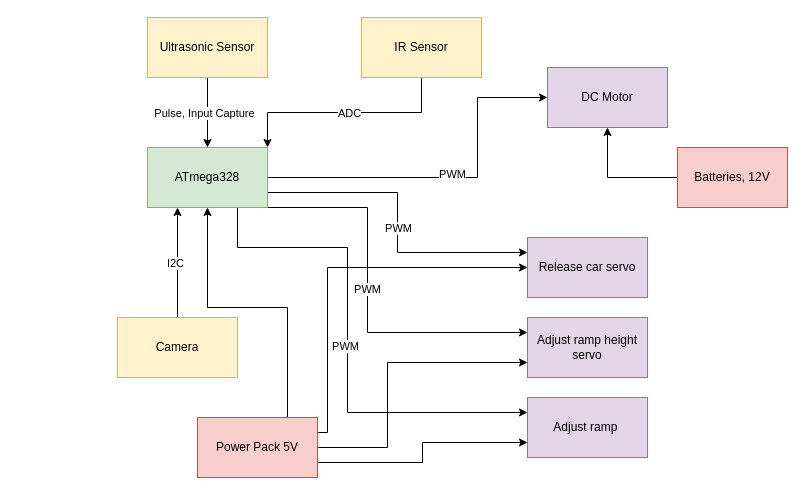
Earlier version of the draw.io diagram Untitled Diagram.drawio (upenn-embedded/final-project-s25-0x0001f631). Source tidied: cells renumbered, new cells numbered last; positions are measured from the earlier drawing's top-left corner, leaving out a move shared by most shapes. Both pictures are drawn from the tidied source at 100%, with x=0, y=0 at pixel (117, 17).
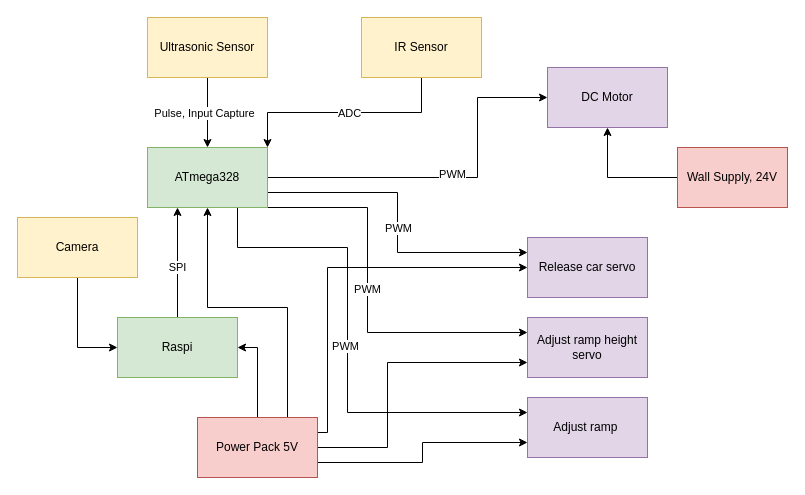
The same diagram, later.

The change refers to these unchanged cells:
```xml
<mxCell id="13" style="edgeStyle=orthogonalEdgeStyle;rounded=0;jettySize=auto;html=1;exitX=0.5;exitY=0;exitDx=0;exitDy=0;entryX=0.25;entryY=1;entryDx=0;entryDy=0;" parent="1" edge="1" source="15" target="10">
  <mxGeometry relative="1" as="geometry" />
</mxCell>
<mxCell id="26" value="Power Pack 5V" style="rounded=0;whiteSpace=wrap;html=1;fillColor=#f8cecc;strokeColor=#b85450;" parent="1" vertex="1">
  <mxGeometry x="80" y="400" width="120" height="60" as="geometry" />
</mxCell>
```

Change to the diagram source:
```diff
@@
-    <mxCell id="12" value="Batteries, 12V" style="rounded=0;whiteSpace=wrap;html=1;fillColor=#f8cecc;strokeColor=#b85450;" parent="1" vertex="1">
+    <mxCell id="12" value="Wall Supply, 24V" style="rounded=0;whiteSpace=wrap;html=1;fillColor=#f8cecc;strokeColor=#b85450;" parent="1" vertex="1">
       <mxGeometry x="560" y="130" width="110" height="60" as="geometry" />
     </mxCell>
@@
-    <mxCell id="14" value="I2C" style="edgeLabel;html=1;align=center;verticalAlign=middle;" parent="13" vertex="1">
-      <mxGeometry y="3" relative="1" as="geometry" />
-    </mxCell>
+    <mxCell id="31" value="SPI" style="edgeLabel;html=1;align=center;verticalAlign=middle;" parent="13" vertex="1">
+      <mxGeometry x="-0.07" y="1" relative="1" as="geometry" />
+    </mxCell>
-    <mxCell id="15" value="Camera" style="rounded=0;whiteSpace=wrap;html=1;fillColor=#fff2cc;strokeColor=#d6b656;" parent="1" vertex="1">
+    <mxCell id="15" value="Raspi" style="rounded=0;whiteSpace=wrap;html=1;fillColor=#d5e8d4;strokeColor=#82b366;" parent="1" vertex="1">
       <mxGeometry y="300" width="120" height="60" as="geometry" />
     </mxCell>
@@
+    <mxCell id="32" style="edgeStyle=orthogonalEdgeStyle;rounded=0;jettySize=auto;html=1;exitX=0.5;exitY=0;exitDx=0;exitDy=0;entryX=1;entryY=0.5;entryDx=0;entryDy=0;" parent="1" edge="1" source="26" target="15">
+      <mxGeometry relative="1" as="geometry" />
+    </mxCell>
@@
+    <mxCell id="33" style="edgeStyle=orthogonalEdgeStyle;rounded=0;jettySize=auto;html=1;exitX=0.5;exitY=1;exitDx=0;exitDy=0;entryX=0;entryY=0.5;entryDx=0;entryDy=0;" parent="1" edge="1" source="34" target="15">
+      <mxGeometry relative="1" as="geometry" />
+    </mxCell>
+    <mxCell id="34" value="Camera" style="rounded=0;whiteSpace=wrap;html=1;fillColor=#fff2cc;strokeColor=#d6b656;" parent="1" vertex="1">
+      <mxGeometry x="-100" y="200" width="120" height="60" as="geometry" />
+    </mxCell>
```
